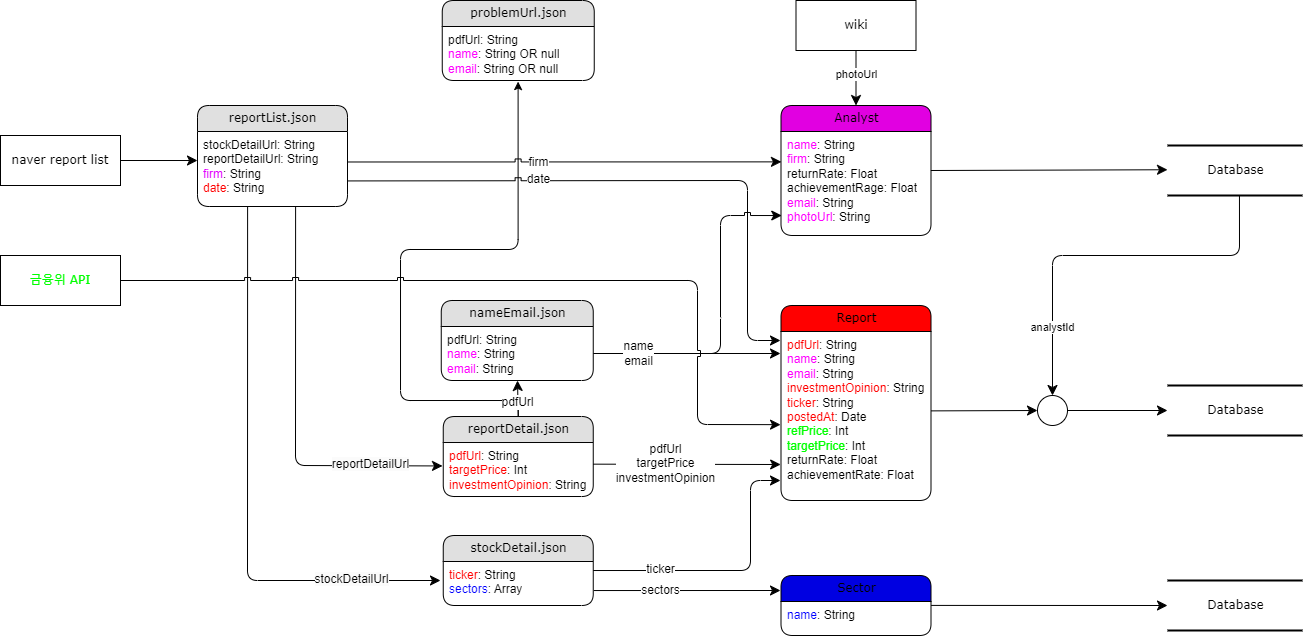
PDA-stockX/research-crawling keeps this draw.io diagram as diagram/DataFlow.drawio.png. Above is the earlier version. Source tidied: cells renumbered, new cells last; positions are measured from the earlier drawing's top-left corner, leaving out a move shared by most shapes.
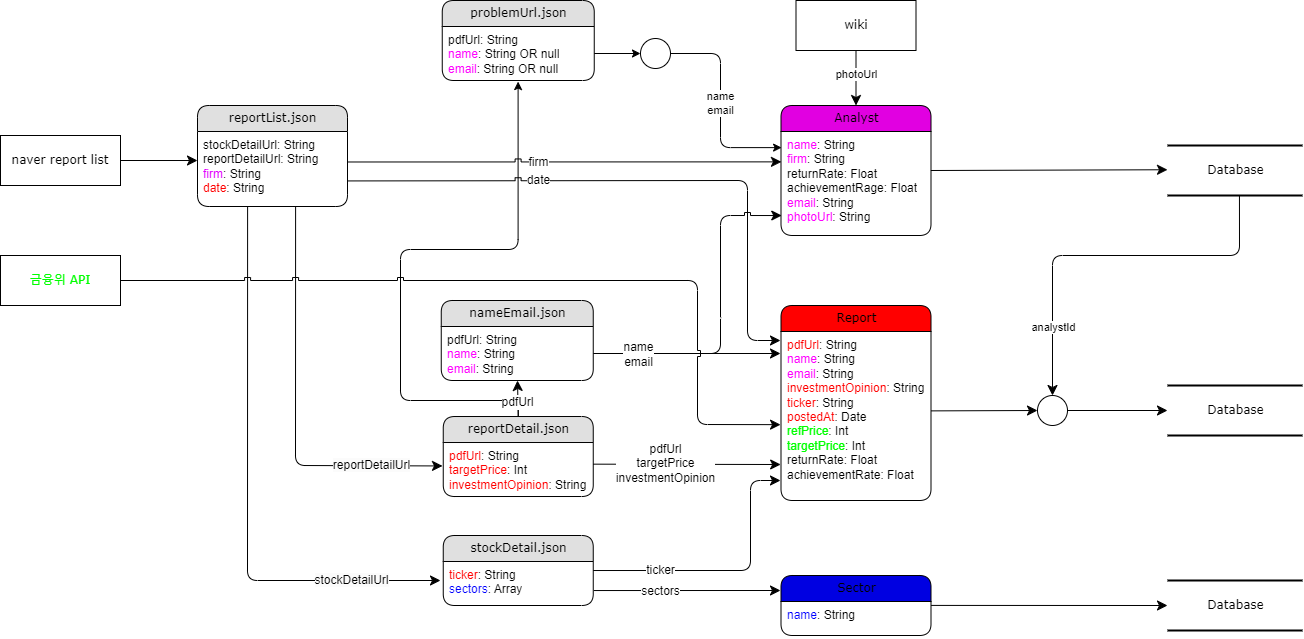
The same file after the commit.

What changed in the source:
```diff
@@ -212,5 +212,22 @@
     <mxCell id="54" value="&lt;div&gt;pdfUrl: String&lt;/div&gt;&lt;font color=&quot;#ff00ff&quot;&gt;name&lt;/font&gt;: String OR null&lt;div&gt;&lt;font color=&quot;#ff00ff&quot;&gt;email&lt;/font&gt;: String OR null&lt;/div&gt;" style="text;html=1;strokeColor=none;fillColor=none;spacingLeft=4;spacingRight=4;whiteSpace=wrap;overflow=hidden;points=[[0,0.5],[1,0.5]];portConstraint=eastwest;align=left;" parent="53" vertex="1">
       <mxGeometry y="26" width="152" height="54" as="geometry" />
     </mxCell>
+    <mxCell id="55" style="edgeStyle=orthogonalEdgeStyle;rounded=1;jettySize=auto;html=1;exitX=1;exitY=0.5;exitDx=0;exitDy=0;entryX=0.004;entryY=0.155;entryDx=0;entryDy=0;entryPerimeter=0;curved=0;" parent="1" edge="1" source="58" target="16">
+      <mxGeometry relative="1" as="geometry">
+        <Array as="points">
+          <mxPoint x="720" y="53" />
+          <mxPoint x="720" y="147" />
+        </Array>
+      </mxGeometry>
+    </mxCell>
+    <mxCell id="56" value="name&lt;div&gt;email&lt;/div&gt;" style="edgeLabel;html=1;align=center;verticalAlign=middle;" parent="55" vertex="1">
+      <mxGeometry x="-0.03" y="-1" relative="1" as="geometry" />
+    </mxCell>
+    <mxCell id="57" style="edgeStyle=orthogonalEdgeStyle;rounded=1;jettySize=auto;html=1;exitX=1;exitY=0.5;exitDx=0;exitDy=0;entryX=0;entryY=0.5;entryDx=0;entryDy=0;curved=0;" parent="1" edge="1" source="54" target="58">
+      <mxGeometry relative="1" as="geometry" />
+    </mxCell>
+    <mxCell id="58" style="ellipse;whiteSpace=wrap;html=1;rounded=1;shadow=0;comic=0;labelBackgroundColor=none;strokeWidth=1;fontFamily=Verdana;fontSize=12;align=center;" parent="1" vertex="1">
+      <mxGeometry x="640" y="38" width="30" height="30" as="geometry" />
+    </mxCell>
   </root>
 </mxGraphModel>
```
